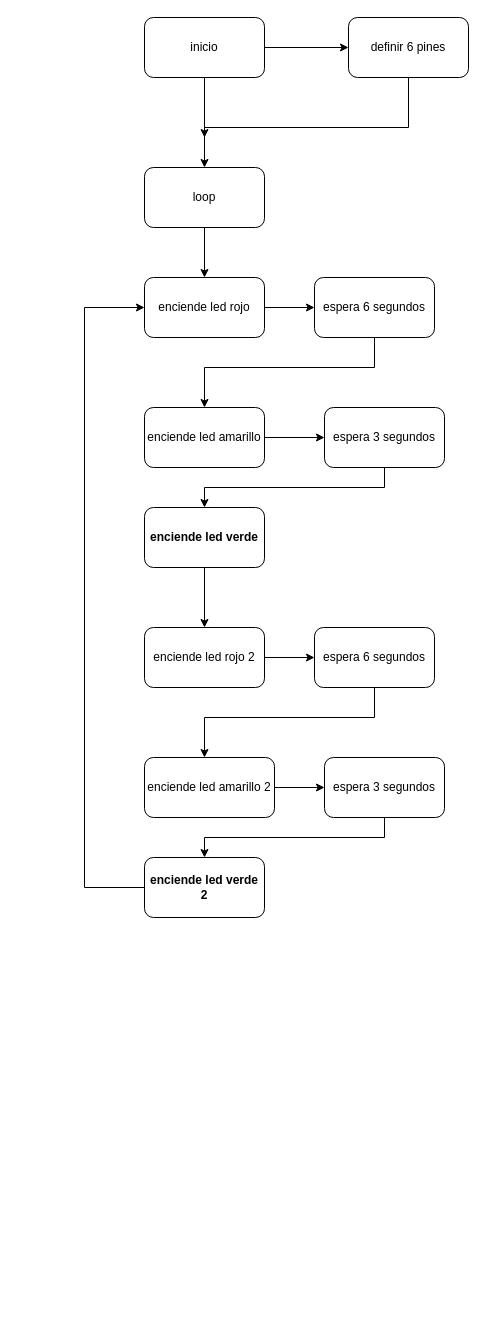
Earlier version of the draw.io diagram cruce semaforo.drawio (dcapera04/CLASEIOT). Source tidied: cells renumbered, new cells numbered last; positions are measured from the earlier drawing's top-left corner, leaving out a move shared by most shapes. Both pictures are drawn from the tidied source at 100%, with x=0, y=0 at pixel (84, 17).
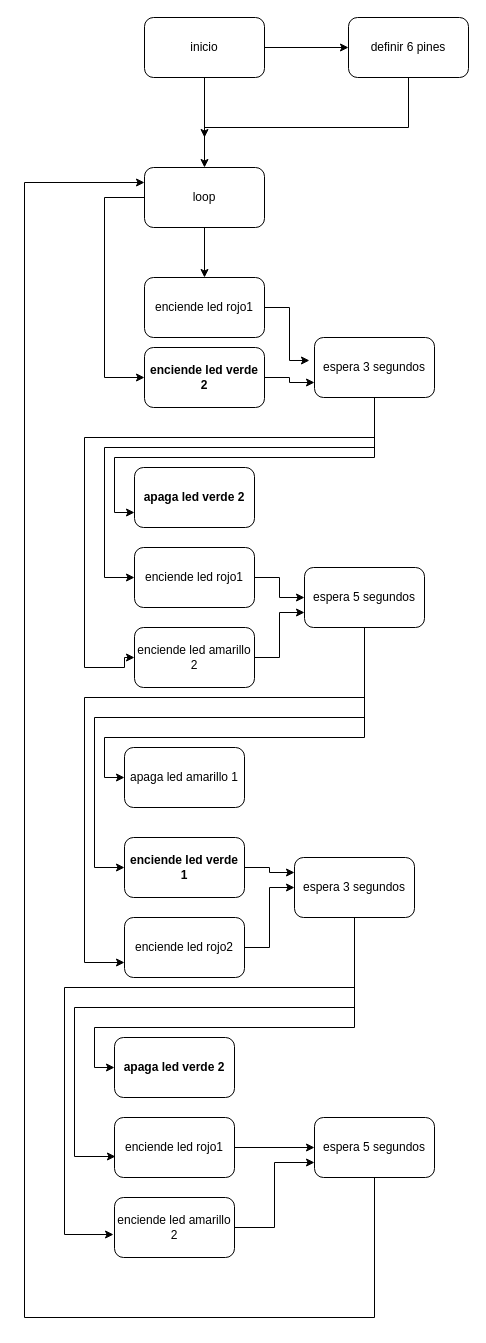
The same diagram, later.

Unchanged cells that the change refers to:
```xml
<mxCell id="8" value="loop" style="rounded=1;whiteSpace=wrap;html=1;" parent="1" vertex="1">
  <mxGeometry x="60" y="150" width="120" height="60" as="geometry" />
</mxCell>
```

What changed in the source:
```diff
@@
+    <mxCell id="29" style="edgeStyle=orthogonalEdgeStyle;rounded=0;jettySize=auto;html=1;entryX=0;entryY=0.5;entryDx=0;entryDy=0;" parent="1" edge="1" source="8" target="28">
+      <mxGeometry relative="1" as="geometry">
+        <Array as="points">
+          <mxPoint x="20" y="180" />
+          <mxPoint x="20" y="360" />
+        </Array>
+      </mxGeometry>
+    </mxCell>
@@
-    <mxCell id="9" style="edgeStyle=orthogonalEdgeStyle;rounded=0;jettySize=auto;html=1;entryX=0;entryY=0.5;entryDx=0;entryDy=0;" parent="1" edge="1" source="10" target="12">
-      <mxGeometry relative="1" as="geometry" />
-    </mxCell>
+    <mxCell id="30" style="edgeStyle=orthogonalEdgeStyle;rounded=0;jettySize=auto;html=1;entryX=-0.042;entryY=0.383;entryDx=0;entryDy=0;entryPerimeter=0;" parent="1" edge="1" source="10" target="14">
+      <mxGeometry relative="1" as="geometry">
+        <Array as="points">
+          <mxPoint x="205" y="290" />
+          <mxPoint x="205" y="343" />
+        </Array>
+      </mxGeometry>
+    </mxCell>
-    <mxCell id="10" value="enciende led rojo" style="rounded=1;whiteSpace=wrap;html=1;" parent="1" vertex="1">
+    <mxCell id="10" value="enciende led rojo1" style="rounded=1;whiteSpace=wrap;html=1;" parent="1" vertex="1">
       <mxGeometry x="60" y="260" width="120" height="60" as="geometry" />
     </mxCell>
-    <mxCell id="11" style="edgeStyle=orthogonalEdgeStyle;rounded=0;jettySize=auto;html=1;" parent="1" edge="1" source="12" target="16">
+    <mxCell id="11" style="edgeStyle=orthogonalEdgeStyle;rounded=0;jettySize=auto;html=1;entryX=0;entryY=0.5;entryDx=0;entryDy=0;" parent="1" edge="1" source="12" target="16">
       <mxGeometry relative="1" as="geometry">
         <Array as="points">
-          <mxPoint x="290" y="350" />
-          <mxPoint x="120" y="350" />
+          <mxPoint x="280" y="720" />
+          <mxPoint x="20" y="720" />
+          <mxPoint x="20" y="760" />
         </Array>
       </mxGeometry>
     </mxCell>
+    <mxCell id="31" style="edgeStyle=orthogonalEdgeStyle;rounded=0;jettySize=auto;html=1;entryX=0;entryY=0.5;entryDx=0;entryDy=0;" parent="1" edge="1" source="12" target="18">
+      <mxGeometry relative="1" as="geometry">
+        <Array as="points">
+          <mxPoint x="280" y="700" />
+          <mxPoint x="10" y="700" />
+          <mxPoint x="10" y="850" />
+        </Array>
+      </mxGeometry>
+    </mxCell>
+    <mxCell id="32" style="edgeStyle=orthogonalEdgeStyle;rounded=0;jettySize=auto;html=1;entryX=0;entryY=0.75;entryDx=0;entryDy=0;" parent="1" edge="1" source="12" target="38">
+      <mxGeometry relative="1" as="geometry">
+        <Array as="points">
+          <mxPoint x="280" y="680" />
+          <mxPoint y="680" />
+          <mxPoint y="945" />
+        </Array>
+      </mxGeometry>
+    </mxCell>
-    <mxCell id="12" value="espera 6 segundos" style="rounded=1;whiteSpace=wrap;html=1;" parent="1" vertex="1">
-      <mxGeometry x="230" y="260" width="120" height="60" as="geometry" />
+    <mxCell id="12" value="espera 5 segundos" style="rounded=1;whiteSpace=wrap;html=1;" parent="1" vertex="1">
+      <mxGeometry x="220" y="550" width="120" height="60" as="geometry" />
     </mxCell>
-    <mxCell id="13" style="edgeStyle=orthogonalEdgeStyle;rounded=0;jettySize=auto;html=1;entryX=0.5;entryY=0;entryDx=0;entryDy=0;" parent="1" edge="1" source="14" target="18">
-      <mxGeometry relative="1" as="geometry">
-        <Array as="points">
-          <mxPoint x="300" y="470" />
-          <mxPoint x="120" y="470" />
-        </Array>
-      </mxGeometry>
-    </mxCell>
+    <mxCell id="33" style="edgeStyle=orthogonalEdgeStyle;rounded=0;jettySize=auto;html=1;entryX=0;entryY=0.75;entryDx=0;entryDy=0;" parent="1" edge="1" source="14" target="44">
+      <mxGeometry relative="1" as="geometry">
+        <Array as="points">
+          <mxPoint x="290" y="440" />
+          <mxPoint x="30" y="440" />
+          <mxPoint x="30" y="495" />
+        </Array>
+      </mxGeometry>
+    </mxCell>
+    <mxCell id="34" style="edgeStyle=orthogonalEdgeStyle;rounded=0;jettySize=auto;html=1;entryX=0;entryY=0.5;entryDx=0;entryDy=0;" parent="1" edge="1" source="14" target="43">
+      <mxGeometry relative="1" as="geometry">
+        <Array as="points">
+          <mxPoint x="290" y="430" />
+          <mxPoint x="20" y="430" />
+          <mxPoint x="20" y="560" />
+        </Array>
+      </mxGeometry>
+    </mxCell>
+    <mxCell id="35" style="edgeStyle=orthogonalEdgeStyle;rounded=0;jettySize=auto;html=1;entryX=0;entryY=0.5;entryDx=0;entryDy=0;" parent="1" edge="1" source="14" target="40">
+      <mxGeometry relative="1" as="geometry">
+        <Array as="points">
+          <mxPoint x="290" y="420" />
+          <mxPoint y="420" />
+          <mxPoint y="650" />
+          <mxPoint x="40" y="650" />
+          <mxPoint x="40" y="640" />
+        </Array>
+      </mxGeometry>
+    </mxCell>
     <mxCell id="14" value="espera 3 segundos" style="rounded=1;whiteSpace=wrap;html=1;" parent="1" vertex="1">
-      <mxGeometry x="240" y="390" width="120" height="60" as="geometry" />
+      <mxGeometry x="230" y="320" width="120" height="60" as="geometry" />
     </mxCell>
-    <mxCell id="15" style="edgeStyle=orthogonalEdgeStyle;rounded=0;jettySize=auto;html=1;entryX=0;entryY=0.5;entryDx=0;entryDy=0;" parent="1" edge="1" source="16" target="14">
-      <mxGeometry relative="1" as="geometry" />
-    </mxCell>
-    <mxCell id="16" value="enciende led amarillo" style="rounded=1;whiteSpace=wrap;html=1;" parent="1" vertex="1">
-      <mxGeometry x="60" y="390" width="120" height="60" as="geometry" />
+    <mxCell id="16" value="apaga led amarillo 1" style="rounded=1;whiteSpace=wrap;html=1;" parent="1" vertex="1">
+      <mxGeometry x="40" y="730" width="120" height="60" as="geometry" />
     </mxCell>
-    <mxCell id="17" style="edgeStyle=orthogonalEdgeStyle;rounded=0;jettySize=auto;html=1;" parent="1" edge="1" source="18" target="20">
-      <mxGeometry relative="1" as="geometry" />
-    </mxCell>
+    <mxCell id="36" style="edgeStyle=orthogonalEdgeStyle;rounded=0;jettySize=auto;html=1;entryX=0;entryY=0.25;entryDx=0;entryDy=0;" parent="1" edge="1" source="18" target="24">
+      <mxGeometry relative="1" as="geometry" />
+    </mxCell>
-    <mxCell id="18" value="enciende led verde" style="rounded=1;whiteSpace=wrap;html=1;fontStyle=1;" parent="1" vertex="1">
-      <mxGeometry x="60" y="490" width="120" height="60" as="geometry" />
+    <mxCell id="18" value="enciende led verde 1" style="rounded=1;whiteSpace=wrap;html=1;fontStyle=1;" parent="1" vertex="1">
+      <mxGeometry x="40" y="820" width="120" height="60" as="geometry" />
     </mxCell>
-    <mxCell id="19" style="edgeStyle=orthogonalEdgeStyle;rounded=0;jettySize=auto;html=1;entryX=0;entryY=0.5;entryDx=0;entryDy=0;" parent="1" edge="1" source="20" target="22">
-      <mxGeometry relative="1" as="geometry" />
-    </mxCell>
-    <mxCell id="20" value="enciende led rojo 2" style="rounded=1;whiteSpace=wrap;html=1;" parent="1" vertex="1">
-      <mxGeometry x="60" y="610" width="120" height="60" as="geometry" />
-    </mxCell>
-    <mxCell id="21" style="edgeStyle=orthogonalEdgeStyle;rounded=0;jettySize=auto;html=1;" parent="1" edge="1" source="22" target="26">
-      <mxGeometry relative="1" as="geometry">
-        <Array as="points">
-          <mxPoint x="290" y="700" />
-          <mxPoint x="120" y="700" />
-        </Array>
-      </mxGeometry>
-    </mxCell>
-    <mxCell id="22" value="espera 6 segundos" style="rounded=1;whiteSpace=wrap;html=1;" parent="1" vertex="1">
-      <mxGeometry x="230" y="610" width="120" height="60" as="geometry" />
-    </mxCell>
-    <mxCell id="23" style="edgeStyle=orthogonalEdgeStyle;rounded=0;jettySize=auto;html=1;entryX=0.5;entryY=0;entryDx=0;entryDy=0;" parent="1" edge="1" source="24" target="28">
-      <mxGeometry relative="1" as="geometry">
-        <Array as="points">
-          <mxPoint x="300" y="820" />
-          <mxPoint x="120" y="820" />
-        </Array>
-      </mxGeometry>
-    </mxCell>
+    <mxCell id="37" style="edgeStyle=orthogonalEdgeStyle;rounded=0;jettySize=auto;html=1;entryX=0;entryY=0.5;entryDx=0;entryDy=0;" parent="1" edge="1" source="38" target="24">
+      <mxGeometry relative="1" as="geometry" />
+    </mxCell>
+    <mxCell id="38" value="enciende led rojo2" style="rounded=1;whiteSpace=wrap;html=1;" parent="1" vertex="1">
+      <mxGeometry x="40" y="900" width="120" height="60" as="geometry" />
+    </mxCell>
+    <mxCell id="39" style="edgeStyle=orthogonalEdgeStyle;rounded=0;jettySize=auto;html=1;entryX=0;entryY=0.75;entryDx=0;entryDy=0;" parent="1" edge="1" source="40" target="12">
+      <mxGeometry relative="1" as="geometry" />
+    </mxCell>
+    <mxCell id="40" value="enciende led amarillo 2" style="rounded=1;whiteSpace=wrap;html=1;" parent="1" vertex="1">
+      <mxGeometry x="50" y="610" width="120" height="60" as="geometry" />
+    </mxCell>
+    <mxCell id="41" style="edgeStyle=orthogonalEdgeStyle;rounded=0;jettySize=auto;html=1;entryX=0;entryY=0.75;entryDx=0;entryDy=0;" parent="1" edge="1" source="28" target="14">
+      <mxGeometry relative="1" as="geometry" />
+    </mxCell>
+    <mxCell id="28" value="enciende led verde 2" style="rounded=1;whiteSpace=wrap;html=1;fontStyle=1;" parent="1" vertex="1">
+      <mxGeometry x="60" y="330" width="120" height="60" as="geometry" />
+    </mxCell>
+    <mxCell id="42" style="edgeStyle=orthogonalEdgeStyle;rounded=0;jettySize=auto;html=1;entryX=0;entryY=0.5;entryDx=0;entryDy=0;" parent="1" edge="1" source="43" target="12">
+      <mxGeometry relative="1" as="geometry" />
+    </mxCell>
+    <mxCell id="43" value="enciende led rojo1" style="rounded=1;whiteSpace=wrap;html=1;" parent="1" vertex="1">
+      <mxGeometry x="50" y="530" width="120" height="60" as="geometry" />
+    </mxCell>
+    <mxCell id="44" value="apaga led verde 2" style="rounded=1;whiteSpace=wrap;html=1;fontStyle=1;" parent="1" vertex="1">
+      <mxGeometry x="50" y="450" width="120" height="60" as="geometry" />
+    </mxCell>
+    <mxCell id="45" style="edgeStyle=orthogonalEdgeStyle;rounded=0;jettySize=auto;html=1;entryX=0;entryY=0.5;entryDx=0;entryDy=0;" parent="1" edge="1" source="24" target="52">
+      <mxGeometry relative="1" as="geometry">
+        <Array as="points">
+          <mxPoint x="270" y="1010" />
+          <mxPoint x="10" y="1010" />
+          <mxPoint x="10" y="1050" />
+        </Array>
+      </mxGeometry>
+    </mxCell>
+    <mxCell id="46" style="edgeStyle=orthogonalEdgeStyle;rounded=0;jettySize=auto;html=1;entryX=0.008;entryY=0.65;entryDx=0;entryDy=0;entryPerimeter=0;" parent="1" edge="1" source="24" target="51">
+      <mxGeometry relative="1" as="geometry">
+        <Array as="points">
+          <mxPoint x="270" y="990" />
+          <mxPoint x="-10" y="990" />
+          <mxPoint x="-10" y="1139" />
+        </Array>
+      </mxGeometry>
+    </mxCell>
+    <mxCell id="47" style="edgeStyle=orthogonalEdgeStyle;rounded=0;jettySize=auto;html=1;entryX=-0.008;entryY=0.617;entryDx=0;entryDy=0;entryPerimeter=0;" parent="1" edge="1" source="24" target="49">
+      <mxGeometry relative="1" as="geometry">
+        <Array as="points">
+          <mxPoint x="270" y="970" />
+          <mxPoint x="-20" y="970" />
+          <mxPoint x="-20" y="1217" />
+        </Array>
+      </mxGeometry>
+    </mxCell>
     <mxCell id="24" value="espera 3 segundos" style="rounded=1;whiteSpace=wrap;html=1;" parent="1" vertex="1">
-      <mxGeometry x="240" y="740" width="120" height="60" as="geometry" />
+      <mxGeometry x="210" y="840" width="120" height="60" as="geometry" />
     </mxCell>
-    <mxCell id="25" style="edgeStyle=orthogonalEdgeStyle;rounded=0;jettySize=auto;html=1;entryX=0;entryY=0.5;entryDx=0;entryDy=0;" parent="1" edge="1" source="26" target="24">
-      <mxGeometry relative="1" as="geometry" />
-    </mxCell>
-    <mxCell id="26" value="enciende led amarillo 2" style="rounded=1;whiteSpace=wrap;html=1;" parent="1" vertex="1">
-      <mxGeometry x="60" y="740" width="130" height="60" as="geometry" />
-    </mxCell>
-    <mxCell id="27" style="edgeStyle=orthogonalEdgeStyle;rounded=0;jettySize=auto;html=1;" parent="1" edge="1" source="28" target="10">
-      <mxGeometry relative="1" as="geometry">
-        <Array as="points">
-          <mxPoint y="870" />
-          <mxPoint y="290" />
-        </Array>
-      </mxGeometry>
-    </mxCell>
-    <mxCell id="28" value="enciende led verde 2" style="rounded=1;whiteSpace=wrap;html=1;fontStyle=1;" parent="1" vertex="1">
-      <mxGeometry x="60" y="840" width="120" height="60" as="geometry" />
-    </mxCell>
+    <mxCell id="48" style="edgeStyle=orthogonalEdgeStyle;rounded=0;jettySize=auto;html=1;entryX=0;entryY=0.75;entryDx=0;entryDy=0;" parent="1" edge="1" source="49" target="54">
+      <mxGeometry relative="1" as="geometry" />
+    </mxCell>
+    <mxCell id="49" value="enciende led amarillo 2" style="rounded=1;whiteSpace=wrap;html=1;" parent="1" vertex="1">
+      <mxGeometry x="30" y="1180" width="120" height="60" as="geometry" />
+    </mxCell>
+    <mxCell id="50" style="edgeStyle=orthogonalEdgeStyle;rounded=0;jettySize=auto;html=1;entryX=0;entryY=0.5;entryDx=0;entryDy=0;" parent="1" edge="1" source="51" target="54">
+      <mxGeometry relative="1" as="geometry" />
+    </mxCell>
+    <mxCell id="51" value="enciende led rojo1" style="rounded=1;whiteSpace=wrap;html=1;" parent="1" vertex="1">
+      <mxGeometry x="30" y="1100" width="120" height="60" as="geometry" />
+    </mxCell>
+    <mxCell id="52" value="apaga led verde 2" style="rounded=1;whiteSpace=wrap;html=1;fontStyle=1;" parent="1" vertex="1">
+      <mxGeometry x="30" y="1020" width="120" height="60" as="geometry" />
+    </mxCell>
+    <mxCell id="53" style="edgeStyle=orthogonalEdgeStyle;rounded=0;jettySize=auto;html=1;entryX=0;entryY=0.25;entryDx=0;entryDy=0;" parent="1" edge="1" source="54" target="8">
+      <mxGeometry relative="1" as="geometry">
+        <Array as="points">
+          <mxPoint x="290" y="1300" />
+          <mxPoint x="-60" y="1300" />
+          <mxPoint x="-60" y="165" />
+        </Array>
+      </mxGeometry>
+    </mxCell>
+    <mxCell id="54" value="espera 5 segundos" style="rounded=1;whiteSpace=wrap;html=1;" parent="1" vertex="1">
+      <mxGeometry x="230" y="1100" width="120" height="60" as="geometry" />
+    </mxCell>
```
